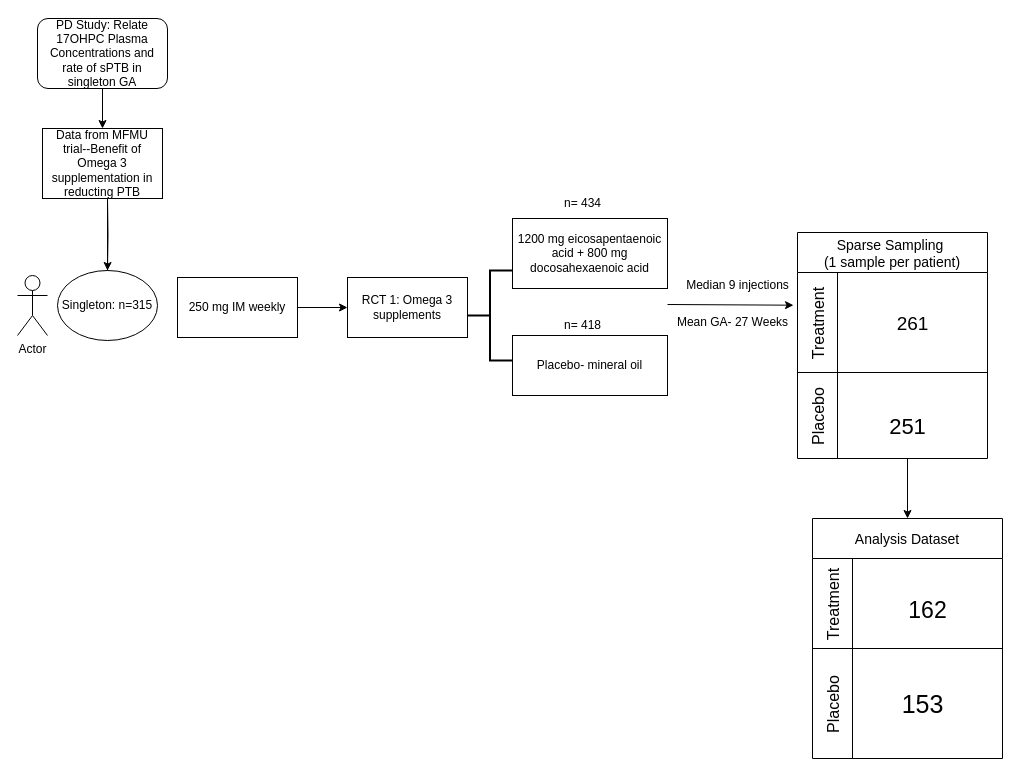
Earlier version of the draw.io diagram page "Omega3" (6 of 6) of 17OHPC_StudyDesign.drawio (PVDodeja/17OHPC). Source tidied: cells renumbered, new cells numbered last; positions are measured from the earlier drawing's top-left corner, leaving out a move shared by most shapes. Both pictures are drawn from the tidied source at 100%, with x=0, y=0 at pixel (17, 18).
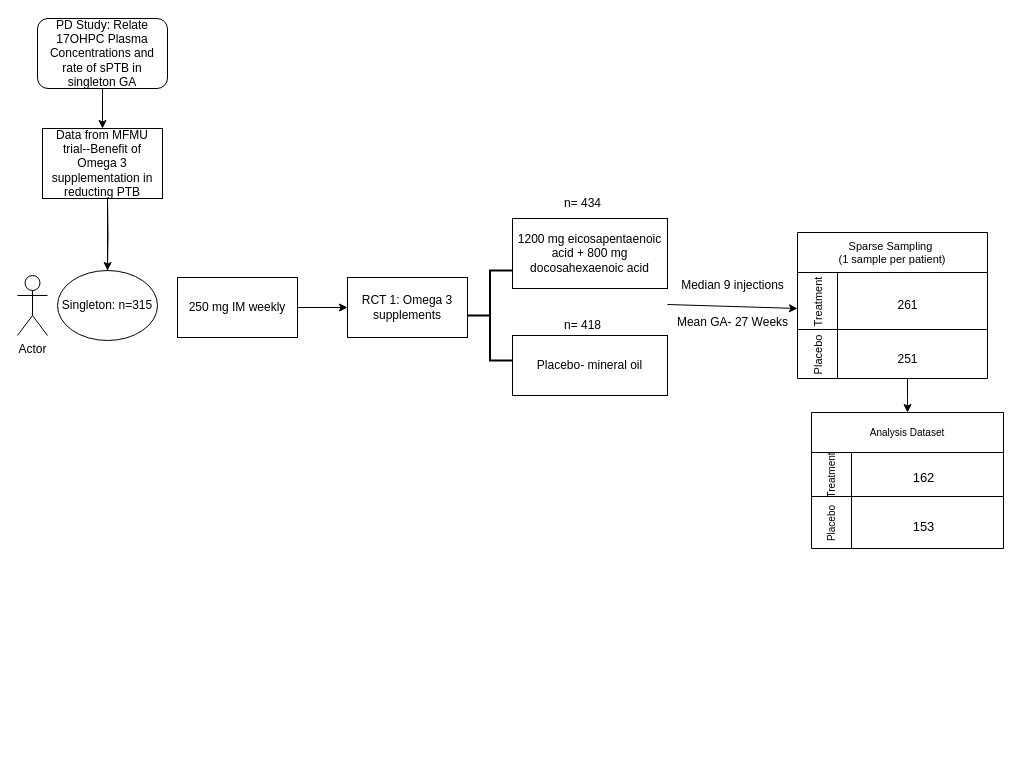
The same diagram, later.

Unchanged cells that the change refers to:
```xml
<mxCell id="35" value="Mean GA- 27 Weeks" style="text;html=1;align=center;verticalAlign=middle;points=[];strokeColor=none;fillColor=none;" parent="1" vertex="1">
  <mxGeometry x="650" y="289" width="130" height="30" as="geometry" />
</mxCell>
```

Diff of the diagram source:
```diff
@@
-    <mxCell id="16" value="Sparse Sampling &#10;(1 sample per patient)" style="shape=table;childLayout=tableLayout;startSize=40;fontSize=14;" parent="1" vertex="1">
-      <mxGeometry x="780" y="214" width="190" height="226" as="geometry" />
+    <mxCell id="16" value="Sparse Sampling &#10;(1 sample per patient)" style="shape=table;childLayout=tableLayout;startSize=40;fontSize=11;" parent="1" vertex="1">
+      <mxGeometry x="780" y="214" width="190" height="146" as="geometry" />
     </mxCell>
-    <mxCell id="17" value="Treatment" style="shape=tableRow;horizontal=0;swimlaneHead=0;swimlaneBody=0;top=0;left=0;strokeColor=inherit;bottom=0;right=0;fontStyle=0;fillColor=none;points=[[0,0.5],[1,0.5]];portConstraint=eastwest;startSize=40;fontSize=16;" parent="16" vertex="1">
-      <mxGeometry y="40" width="190" height="100" as="geometry" />
+    <mxCell id="17" value="Treatment" style="shape=tableRow;horizontal=0;swimlaneHead=0;swimlaneBody=0;top=0;left=0;strokeColor=inherit;bottom=0;right=0;fontStyle=0;fillColor=none;points=[[0,0.5],[1,0.5]];portConstraint=eastwest;startSize=40;fontSize=11;" parent="16" vertex="1">
+      <mxGeometry y="40" width="190" height="57" as="geometry" />
     </mxCell>
-    <mxCell id="18" style="swimlane;swimlaneHead=0;swimlaneBody=0;fontStyle=0;strokeColor=inherit;fillColor=none;startSize=0;fontSize=16;" parent="17" vertex="1">
-      <mxGeometry x="40" width="150" height="100" as="geometry" />
+    <mxCell id="18" style="swimlane;swimlaneHead=0;swimlaneBody=0;fontStyle=0;strokeColor=inherit;fillColor=none;startSize=0;fontSize=11;" parent="17" vertex="1">
+      <mxGeometry x="40" width="150" height="57" as="geometry" />
     </mxCell>
-    <mxCell id="19" value="&lt;font style=&quot;font-size: 19px;&quot;&gt;261&lt;/font&gt;" style="text;html=1;align=center;verticalAlign=middle;strokeColor=none;fillColor=none;" parent="18" vertex="1">
-      <mxGeometry x="45" y="32" width="60" height="40" as="geometry" />
+    <mxCell id="19" value="&lt;font style=&quot;font-size: 12px;&quot;&gt;261&lt;/font&gt;" style="text;html=1;align=center;verticalAlign=middle;strokeColor=none;fillColor=none;fontSize=11;" parent="18" vertex="1">
+      <mxGeometry x="50" y="18" width="40" height="30" as="geometry" />
     </mxCell>
-    <mxCell id="20" value="Placebo" style="shape=tableRow;horizontal=0;swimlaneHead=0;swimlaneBody=0;top=0;left=0;strokeColor=inherit;bottom=0;right=0;fontStyle=0;fillColor=none;startSize=40;fontSize=16;" parent="16" vertex="1">
-      <mxGeometry y="140" width="190" height="86" as="geometry" />
+    <mxCell id="20" value="Placebo" style="shape=tableRow;horizontal=0;swimlaneHead=0;swimlaneBody=0;top=0;left=0;strokeColor=inherit;bottom=0;right=0;fontStyle=0;fillColor=none;startSize=40;fontSize=11;" parent="16" vertex="1">
+      <mxGeometry y="97" width="190" height="49" as="geometry" />
     </mxCell>
-    <mxCell id="21" style="swimlane;swimlaneHead=0;swimlaneBody=0;fontStyle=0;strokeColor=inherit;fillColor=none;startSize=0;fontSize=16;" parent="20" vertex="1">
-      <mxGeometry x="40" width="150" height="86" as="geometry" />
+    <mxCell id="21" style="swimlane;swimlaneHead=0;swimlaneBody=0;fontStyle=0;strokeColor=inherit;fillColor=none;startSize=0;fontSize=11;" parent="20" vertex="1">
+      <mxGeometry x="40" width="150" height="49" as="geometry" />
     </mxCell>
-    <mxCell id="22" value="&lt;font style=&quot;font-size: 22px;&quot;&gt;251&lt;/font&gt;" style="text;html=1;align=center;verticalAlign=middle;strokeColor=none;fillColor=none;strokeWidth=6;" parent="21" vertex="1">
-      <mxGeometry x="40" y="35" width="60" height="40" as="geometry" />
+    <mxCell id="22" value="&lt;font style=&quot;font-size: 12px;&quot;&gt;251&lt;/font&gt;" style="text;html=1;align=center;verticalAlign=middle;strokeColor=none;fillColor=none;strokeWidth=6;fontSize=11;" parent="21" vertex="1">
+      <mxGeometry x="50" y="15" width="40" height="30" as="geometry" />
     </mxCell>
-    <mxCell id="23" style="endArrow=classic;html=1;rounded=0;entryX=-0.021;entryY=0.327;entryDx=0;entryDy=0;entryPerimeter=0;" parent="1" edge="1" target="17">
+    <mxCell id="23" style="endArrow=classic;html=1;rounded=0;entryX=1;entryY=0.033;entryDx=0;entryDy=0;entryPerimeter=0;" parent="1" edge="1" target="35">
       <mxGeometry relative="1" as="geometry">
         <mxPoint x="650" y="286" as="sourcePoint" />
       </mxGeometry>
     </mxCell>
@@
-    <mxCell id="26" value="Analysis Dataset" style="shape=table;childLayout=tableLayout;startSize=40;fontSize=14;" parent="1" vertex="1">
-      <mxGeometry x="795" y="500" width="190" height="240" as="geometry" />
+    <mxCell id="26" value="Analysis Dataset" style="shape=table;childLayout=tableLayout;startSize=40;fontSize=10;" parent="1" vertex="1">
+      <mxGeometry x="794" y="394" width="192" height="136" as="geometry" />
     </mxCell>
-    <mxCell id="27" value="Treatment" style="shape=tableRow;horizontal=0;swimlaneHead=0;swimlaneBody=0;top=0;left=0;strokeColor=inherit;bottom=0;right=0;fontStyle=0;fillColor=none;startSize=40;fontSize=16;" parent="26" vertex="1">
-      <mxGeometry y="40" width="190" height="90" as="geometry" />
+    <mxCell id="27" value="Treatment" style="shape=tableRow;horizontal=0;swimlaneHead=0;swimlaneBody=0;top=0;left=0;strokeColor=inherit;bottom=0;right=0;fontStyle=0;fillColor=none;startSize=40;fontSize=10;" parent="26" vertex="1">
+      <mxGeometry y="40" width="192" height="44" as="geometry" />
     </mxCell>
-    <mxCell id="28" style="swimlane;swimlaneHead=0;swimlaneBody=0;fontStyle=0;strokeColor=inherit;fillColor=none;startSize=0;fontSize=16;" parent="27" vertex="1">
-      <mxGeometry x="40" width="150" height="90" as="geometry" />
+    <mxCell id="28" style="swimlane;swimlaneHead=0;swimlaneBody=0;fontStyle=0;strokeColor=inherit;fillColor=none;startSize=0;fontSize=10;" parent="27" vertex="1">
+      <mxGeometry x="40" width="152" height="44" as="geometry" />
     </mxCell>
-    <mxCell id="29" value="&lt;font style=&quot;font-size: 23px;&quot;&gt;162&lt;/font&gt;" style="text;html=1;align=center;verticalAlign=middle;strokeColor=none;fillColor=none;" parent="28" vertex="1">
-      <mxGeometry x="45" y="32" width="60" height="40" as="geometry" />
+    <mxCell id="29" value="&lt;font style=&quot;font-size: 13px;&quot;&gt;162&lt;/font&gt;" style="text;html=1;align=center;verticalAlign=middle;strokeColor=none;fillColor=none;fontSize=10;" parent="28" vertex="1">
+      <mxGeometry x="47" y="10" width="50" height="30" as="geometry" />
     </mxCell>
-    <mxCell id="30" value="Placebo" style="shape=tableRow;horizontal=0;swimlaneHead=0;swimlaneBody=0;top=0;left=0;strokeColor=inherit;bottom=0;right=0;fontStyle=0;fillColor=none;startSize=40;fontSize=16;" parent="26" vertex="1">
-      <mxGeometry y="130" width="190" height="110" as="geometry" />
+    <mxCell id="30" value="Placebo" style="shape=tableRow;horizontal=0;swimlaneHead=0;swimlaneBody=0;top=0;left=0;strokeColor=inherit;bottom=0;right=0;fontStyle=0;fillColor=none;startSize=40;fontSize=10;" parent="26" vertex="1">
+      <mxGeometry y="84" width="192" height="52" as="geometry" />
     </mxCell>
-    <mxCell id="31" style="swimlane;swimlaneHead=0;swimlaneBody=0;fontStyle=0;strokeColor=inherit;fillColor=none;startSize=0;fontSize=16;" parent="30" vertex="1">
-      <mxGeometry x="40" width="150" height="110" as="geometry" />
+    <mxCell id="31" style="swimlane;swimlaneHead=0;swimlaneBody=0;fontStyle=0;strokeColor=inherit;fillColor=none;startSize=0;fontSize=10;" parent="30" vertex="1">
+      <mxGeometry x="40" width="152" height="52" as="geometry" />
     </mxCell>
-    <mxCell id="32" value="&lt;font style=&quot;font-size: 25px;&quot;&gt;153&lt;/font&gt;" style="text;html=1;align=center;verticalAlign=middle;strokeColor=none;fillColor=none;strokeWidth=6;" parent="31" vertex="1">
-      <mxGeometry x="35" y="35" width="70" height="40" as="geometry" />
+    <mxCell id="32" value="&lt;font style=&quot;font-size: 13px;&quot;&gt;153&lt;/font&gt;" style="text;html=1;align=center;verticalAlign=middle;strokeColor=none;fillColor=none;strokeWidth=6;fontSize=10;" parent="31" vertex="1">
+      <mxGeometry x="47" y="15" width="50" height="30" as="geometry" />
     </mxCell>
-    <mxCell id="33" style="endArrow=classic;html=1;rounded=0;entryX=0.5;entryY=0;entryDx=0;entryDy=0;" parent="1" edge="1" target="26">
+    <mxCell id="33" style="endArrow=classic;html=1;rounded=0;entryX=0.5;entryY=0;entryDx=0;entryDy=0;fontSize=10;" parent="1" edge="1" target="26">
       <mxGeometry relative="1" as="geometry">
-        <mxPoint x="890" y="440" as="sourcePoint" />
+        <mxPoint x="890" y="360" as="sourcePoint" />
+        <Array as="points">
+          <mxPoint x="890" y="380" />
+        </Array>
       </mxGeometry>
     </mxCell>
     <mxCell id="34" value="Median 9 injections" style="text;html=1;align=center;verticalAlign=middle;strokeColor=none;fillColor=none;" parent="1" vertex="1">
-      <mxGeometry x="660" y="252" width="120" height="30" as="geometry" />
+      <mxGeometry x="655" y="252" width="120" height="30" as="geometry" />
     </mxCell>
```
